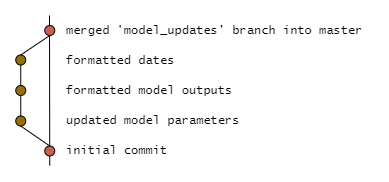
summitllc/git_school keeps this draw.io diagram as img/branching_2_working_branch.png. Above is the earlier version. Source tidied: cells renumbered, new cells last; positions are measured from the earlier drawing's top-left corner, leaving out a move shared by most shapes.
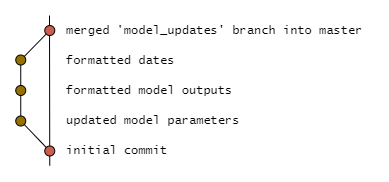
The same file after the commit.

Commit message:
added verbiage about the difference between distribution and branching

The edit, as a diff of the source:
```diff
@@ -23,15 +23,15 @@
     <mxCell id="7" style="ellipse;whiteSpace=wrap;html=1;strokeColor=#000000;fillColor=#977100;" parent="1" vertex="1">
       <mxGeometry x="0.2" y="100.5" width="10" height="10" as="geometry" />
     </mxCell>
-    <mxCell id="8" style="endArrow=none;html=1;entryX=0.5;entryY=1;entryDx=0;entryDy=0;exitX=0.5;exitY=0;exitDx=0;exitDy=0;" parent="1" edge="1" source="4" target="7">
+    <mxCell id="8" style="endArrow=none;html=1;entryX=1;entryY=1;entryDx=0;entryDy=0;exitX=0;exitY=0;exitDx=0;exitDy=0;" parent="1" edge="1" source="4" target="7">
       <mxGeometry relative="1" as="geometry" />
     </mxCell>
-    <mxCell id="9" style="endArrow=none;html=1;entryX=0.5;entryY=0;entryDx=0;entryDy=0;exitX=0.5;exitY=1;exitDx=0;exitDy=0;" parent="1" edge="1" source="3" target="11">
+    <mxCell id="9" style="endArrow=none;html=1;entryX=1;entryY=0;entryDx=0;entryDy=0;exitX=0;exitY=1;exitDx=0;exitDy=0;" parent="1" edge="1" source="3" target="11">
       <mxGeometry relative="1" as="geometry" />
     </mxCell>
     <mxCell id="10" style="endArrow=none;html=1;exitX=0.5;exitY=0;exitDx=0;exitDy=0;entryX=0.5;entryY=1;entryDx=0;entryDy=0;" parent="1" edge="1" target="11">
       <mxGeometry relative="1" as="geometry">
-        <mxPoint x="5.3" y="70" as="sourcePoint" />
+        <mxPoint x="5.2" y="70" as="sourcePoint" />
       </mxGeometry>
     </mxCell>
     <mxCell id="11" style="ellipse;whiteSpace=wrap;html=1;strokeColor=#000000;fillColor=#977100;" parent="1" vertex="1">
```
